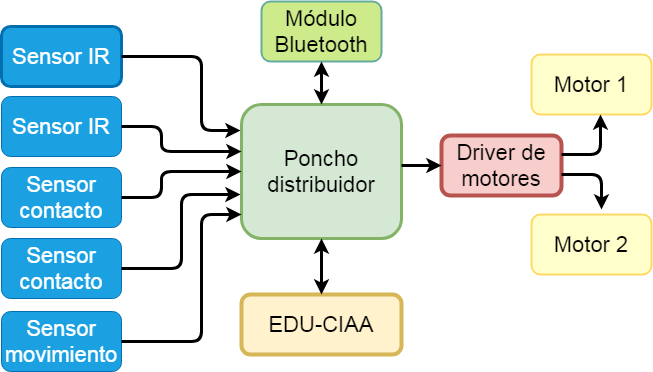
This is Figures/diagini.png from SergioAlberino/Plantilla-CESE, a draw.io export, as it was before one commit. Source tidied: cells renumbered, new cells last; positions are measured from the earlier drawing's top-left corner, leaving out a move shared by most shapes.
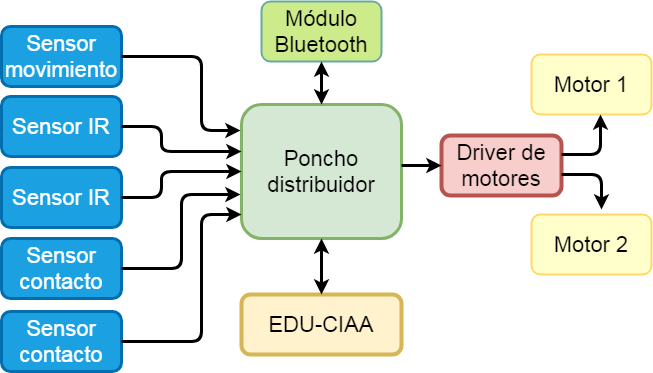
After the change.

Change to the diagram source:
```diff
@@ -2,19 +2,19 @@
   <root>
     <mxCell id="0" />
     <mxCell id="1" parent="0" />
-    <mxCell id="2" value="&lt;font style=&quot;font-size: 22px&quot;&gt;Sensor IR&lt;/font&gt;" style="rounded=1;whiteSpace=wrap;html=1;fillColor=#1ba1e2;strokeColor=#006EAF;fontColor=#ffffff;" parent="1" vertex="1">
+    <mxCell id="2" value="&lt;font style=&quot;font-size: 22px&quot;&gt;Sensor IR&lt;/font&gt;" style="rounded=1;whiteSpace=wrap;html=1;fillColor=#1ba1e2;strokeColor=#006EAF;fontColor=#ffffff;strokeWidth=3;" parent="1" vertex="1">
       <mxGeometry y="95" width="120" height="60" as="geometry" />
     </mxCell>
-    <mxCell id="3" value="&lt;font style=&quot;font-size: 22px&quot;&gt;Sensor IR&lt;/font&gt;" style="rounded=1;whiteSpace=wrap;html=1;strokeWidth=3;fillColor=#1ba1e2;strokeColor=#006EAF;fontColor=#ffffff;" parent="1" vertex="1">
+    <mxCell id="3" value="&lt;span style=&quot;font-size: 22px&quot;&gt;Sensor movimiento&lt;/span&gt;" style="rounded=1;whiteSpace=wrap;html=1;strokeWidth=3;fillColor=#1ba1e2;strokeColor=#006EAF;fontColor=#ffffff;" parent="1" vertex="1">
       <mxGeometry y="25" width="120" height="60" as="geometry" />
     </mxCell>
-    <mxCell id="4" value="&lt;font style=&quot;font-size: 22px&quot;&gt;Sensor contacto&lt;/font&gt;" style="rounded=1;whiteSpace=wrap;html=1;fillColor=#1ba1e2;strokeColor=#006EAF;fontColor=#ffffff;" parent="1" vertex="1">
+    <mxCell id="4" value="&lt;font style=&quot;font-size: 22px&quot;&gt;Sensor IR&lt;/font&gt;" style="rounded=1;whiteSpace=wrap;html=1;fillColor=#1ba1e2;strokeColor=#006EAF;fontColor=#ffffff;strokeWidth=3;" parent="1" vertex="1">
       <mxGeometry y="166" width="120" height="60" as="geometry" />
     </mxCell>
-    <mxCell id="5" value="&lt;font style=&quot;font-size: 22px&quot;&gt;Sensor contacto&lt;/font&gt;" style="rounded=1;whiteSpace=wrap;html=1;fillColor=#1ba1e2;strokeColor=#006EAF;fontColor=#ffffff;" parent="1" vertex="1">
+    <mxCell id="5" value="&lt;font style=&quot;font-size: 22px&quot;&gt;Sensor contacto&lt;/font&gt;" style="rounded=1;whiteSpace=wrap;html=1;fillColor=#1ba1e2;strokeColor=#006EAF;fontColor=#ffffff;strokeWidth=3;" parent="1" vertex="1">
       <mxGeometry y="237" width="120" height="60" as="geometry" />
     </mxCell>
-    <mxCell id="6" value="&lt;font style=&quot;font-size: 22px&quot;&gt;Sensor movimiento&lt;/font&gt;" style="rounded=1;whiteSpace=wrap;html=1;fillColor=#1ba1e2;strokeColor=#006EAF;fontColor=#ffffff;" parent="1" vertex="1">
+    <mxCell id="6" value="&lt;span style=&quot;font-size: 22px&quot;&gt;Sensor contacto&lt;/span&gt;" style="rounded=1;whiteSpace=wrap;html=1;fillColor=#1ba1e2;strokeColor=#006EAF;fontColor=#ffffff;strokeWidth=3;" parent="1" vertex="1">
       <mxGeometry y="310" width="120" height="60" as="geometry" />
     </mxCell>
     <mxCell id="7" value="&lt;font style=&quot;font-size: 22px&quot;&gt;Poncho&lt;br&gt;distribuidor&lt;/font&gt;" style="rounded=1;whiteSpace=wrap;html=1;fillColor=#d5e8d4;strokeColor=#82b366;strokeWidth=3;" parent="1" vertex="1">
```
